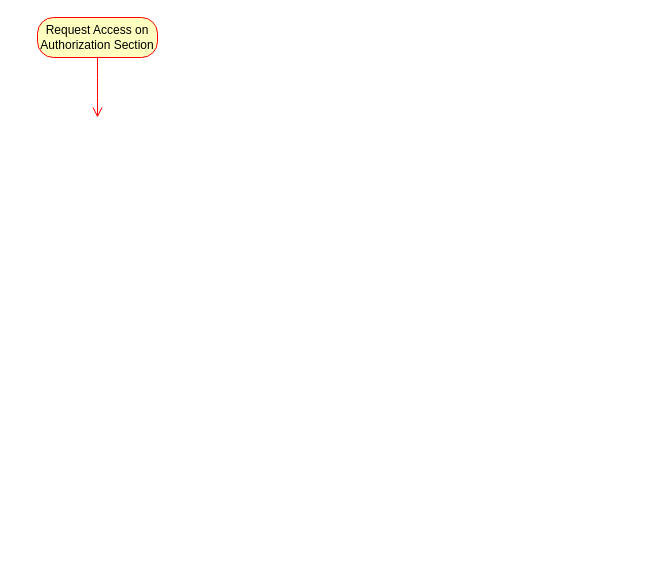
Above: Authorization.drawio in khwongbf/FYP-CodeBase (draw.io), before the change. Source tidied: cells renumbered, new cells numbered last; positions are measured from the earlier drawing's top-left corner, leaving out a move shared by most shapes. Both pictures are drawn from the tidied source at 100%, with x=0, y=0 at pixel (37, 17).
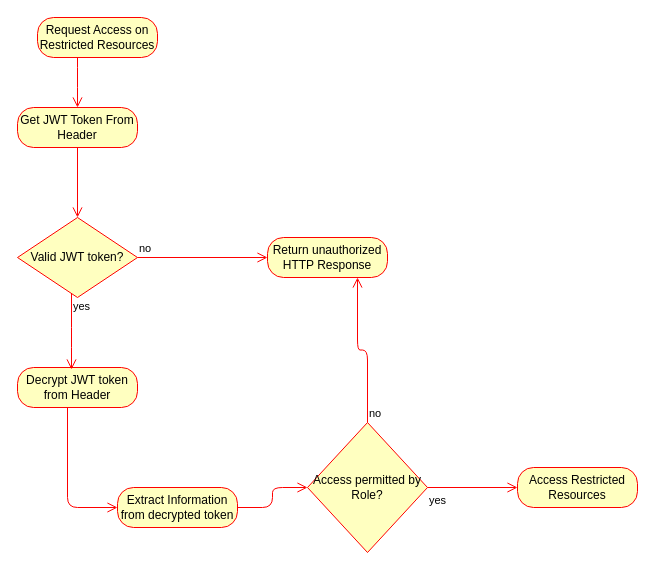
The same page after the edit.

Change to the diagram source:
```diff
@@
-    <mxCell id="2" value="Request Access on Authorization Section" style="rounded=1;whiteSpace=wrap;html=1;arcSize=40;fontColor=#000000;fillColor=#ffffc0;strokeColor=#ff0000;" parent="1" vertex="1">
+    <mxCell id="2" value="Request Access on Restricted Resources" style="rounded=1;whiteSpace=wrap;html=1;arcSize=40;fontColor=#000000;fillColor=#ffffc0;strokeColor=#ff0000;" parent="1" vertex="1">
       <mxGeometry width="120" height="40" as="geometry" />
     </mxCell>
-    <mxCell id="3" style="edgeStyle=orthogonalEdgeStyle;html=1;verticalAlign=bottom;endArrow=open;endSize=8;strokeColor=#ff0000;" parent="1" edge="1" source="2">
+    <mxCell id="3" style="edgeStyle=orthogonalEdgeStyle;html=1;verticalAlign=bottom;endArrow=open;endSize=8;strokeColor=#ff0000;entryX=0.5;entryY=0;entryDx=0;entryDy=0;" parent="1" edge="1" source="2" target="11">
       <mxGeometry relative="1" as="geometry">
-        <mxPoint x="60" y="100" as="targetPoint" />
+        <Array as="points">
+          <mxPoint x="40" y="60" />
+          <mxPoint x="40" y="60" />
+        </Array>
       </mxGeometry>
     </mxCell>
+    <mxCell id="4" value="Decrypt JWT token from Header" style="rounded=1;whiteSpace=wrap;html=1;arcSize=40;fontColor=#000000;fillColor=#ffffc0;strokeColor=#ff0000;" parent="1" vertex="1">
+      <mxGeometry x="-20" y="350" width="120" height="40" as="geometry" />
+    </mxCell>
+    <mxCell id="5" style="edgeStyle=orthogonalEdgeStyle;html=1;verticalAlign=bottom;endArrow=open;endSize=8;strokeColor=#ff0000;" parent="1" edge="1" source="4">
+      <mxGeometry relative="1" as="geometry">
+        <mxPoint x="80" y="490" as="targetPoint" />
+        <Array as="points">
+          <mxPoint x="30" y="490" />
+        </Array>
+      </mxGeometry>
+    </mxCell>
+    <mxCell id="6" value="Extract Information from decrypted token" style="rounded=1;whiteSpace=wrap;html=1;arcSize=40;fontColor=#000000;fillColor=#ffffc0;strokeColor=#ff0000;" parent="1" vertex="1">
+      <mxGeometry x="80" y="470" width="120" height="40" as="geometry" />
+    </mxCell>
+    <mxCell id="7" style="edgeStyle=orthogonalEdgeStyle;html=1;verticalAlign=bottom;endArrow=open;endSize=8;strokeColor=#ff0000;entryX=0;entryY=0.5;entryDx=0;entryDy=0;" parent="1" edge="1" source="6" target="14">
+      <mxGeometry relative="1" as="geometry" />
+    </mxCell>
+    <mxCell id="8" value="Valid JWT token?" style="rhombus;whiteSpace=wrap;html=1;fillColor=#ffffc0;strokeColor=#ff0000;" parent="1" vertex="1">
+      <mxGeometry x="-20" y="200" width="120" height="80" as="geometry" />
+    </mxCell>
+    <mxCell id="9" value="no" style="edgeStyle=orthogonalEdgeStyle;html=1;align=left;verticalAlign=bottom;endArrow=open;endSize=8;strokeColor=#ff0000;entryX=0;entryY=0.5;entryDx=0;entryDy=0;" parent="1" edge="1" source="8" target="13">
+      <mxGeometry x="-1" relative="1" as="geometry" />
+    </mxCell>
+    <mxCell id="10" value="yes" style="edgeStyle=orthogonalEdgeStyle;html=1;align=left;verticalAlign=top;endArrow=open;endSize=8;strokeColor=#ff0000;entryX=0.45;entryY=0.05;entryDx=0;entryDy=0;entryPerimeter=0;" parent="1" edge="1" source="8" target="4">
+      <mxGeometry x="-1" relative="1" as="geometry">
+        <Array as="points">
+          <mxPoint x="34" y="320" />
+          <mxPoint x="34" y="320" />
+        </Array>
+      </mxGeometry>
+    </mxCell>
+    <mxCell id="11" value="Get JWT Token From Header" style="rounded=1;whiteSpace=wrap;html=1;arcSize=40;fontColor=#000000;fillColor=#ffffc0;strokeColor=#ff0000;" parent="1" vertex="1">
+      <mxGeometry x="-20" y="90" width="120" height="40" as="geometry" />
+    </mxCell>
+    <mxCell id="12" style="edgeStyle=orthogonalEdgeStyle;html=1;verticalAlign=bottom;endArrow=open;endSize=8;strokeColor=#ff0000;entryX=0.5;entryY=0;entryDx=0;entryDy=0;" parent="1" edge="1" source="11" target="8">
+      <mxGeometry relative="1" as="geometry" />
+    </mxCell>
+    <mxCell id="13" value="Return unauthorized HTTP Response" style="rounded=1;whiteSpace=wrap;html=1;arcSize=40;fontColor=#000000;fillColor=#ffffc0;strokeColor=#ff0000;" parent="1" vertex="1">
+      <mxGeometry x="230" y="220" width="120" height="40" as="geometry" />
+    </mxCell>
+    <mxCell id="14" value="Access permitted by Role?" style="rhombus;whiteSpace=wrap;html=1;fillColor=#ffffc0;strokeColor=#ff0000;" parent="1" vertex="1">
+      <mxGeometry x="270" y="405" width="120" height="130" as="geometry" />
+    </mxCell>
+    <mxCell id="15" value="no" style="edgeStyle=orthogonalEdgeStyle;html=1;align=left;verticalAlign=bottom;endArrow=open;endSize=8;strokeColor=#ff0000;entryX=0.75;entryY=1;entryDx=0;entryDy=0;" parent="1" edge="1" source="14" target="13">
+      <mxGeometry x="-1" relative="1" as="geometry" />
+    </mxCell>
+    <mxCell id="16" value="yes" style="edgeStyle=orthogonalEdgeStyle;html=1;align=left;verticalAlign=top;endArrow=open;endSize=8;strokeColor=#ff0000;entryX=0;entryY=0.5;entryDx=0;entryDy=0;" parent="1" edge="1" source="14" target="17">
+      <mxGeometry x="-1" relative="1" as="geometry" />
+    </mxCell>
+    <mxCell id="17" value="Access Restricted Resources" style="rounded=1;whiteSpace=wrap;html=1;arcSize=40;fontColor=#000000;fillColor=#ffffc0;strokeColor=#ff0000;" parent="1" vertex="1">
+      <mxGeometry x="480" y="450" width="120" height="40" as="geometry" />
+    </mxCell>
```
